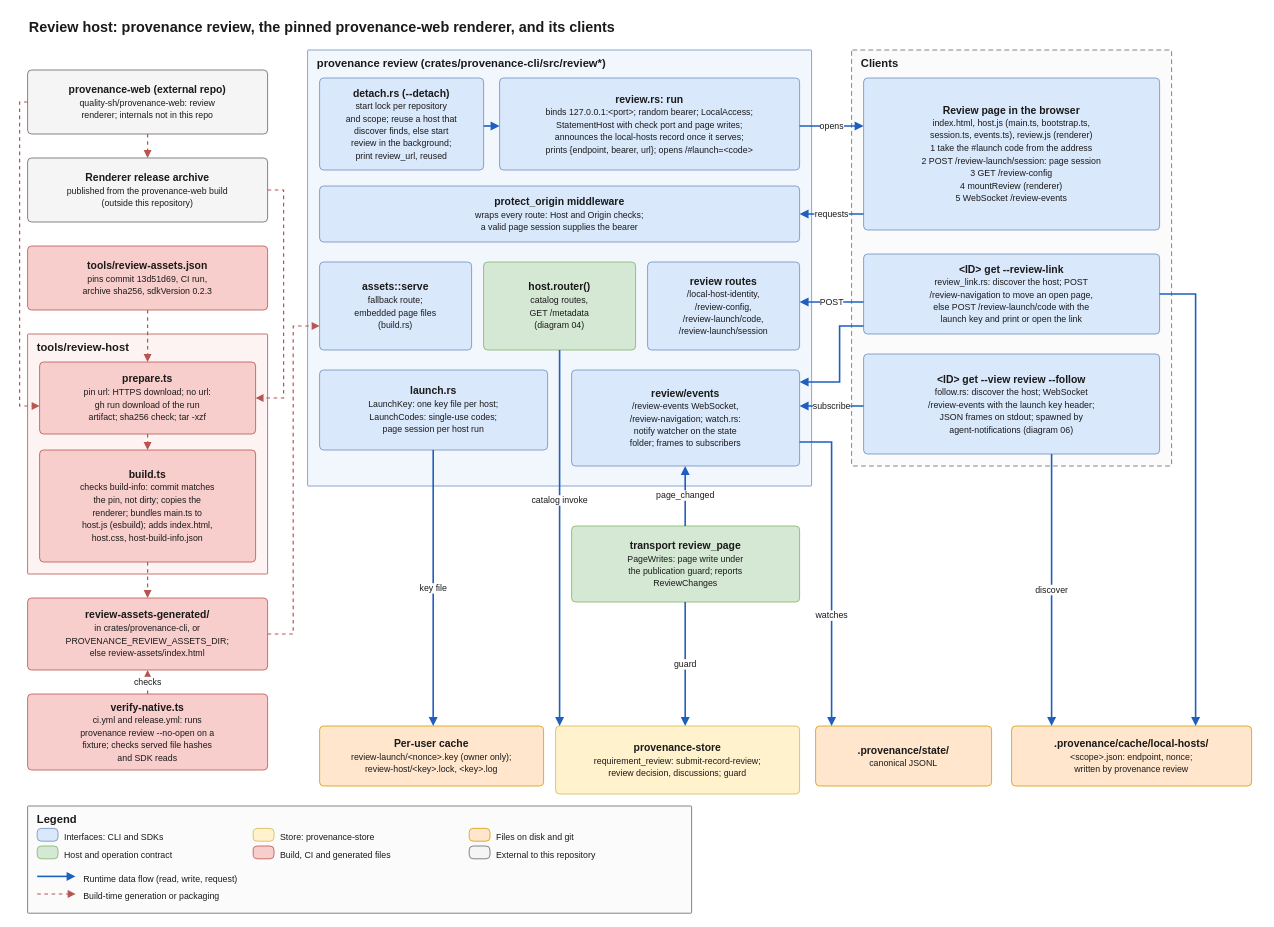
The draw.io diagram docs/architecture/diagrams/07-review-host.drawio in quality-sh/provenance, before the edit. Source tidied: cells renumbered, new cells numbered last; positions are measured from the earlier drawing's top-left corner, leaving out a move shared by most shapes. Both pictures are drawn from the tidied source at 80%, with x=0, y=0 at pixel (19, 14).
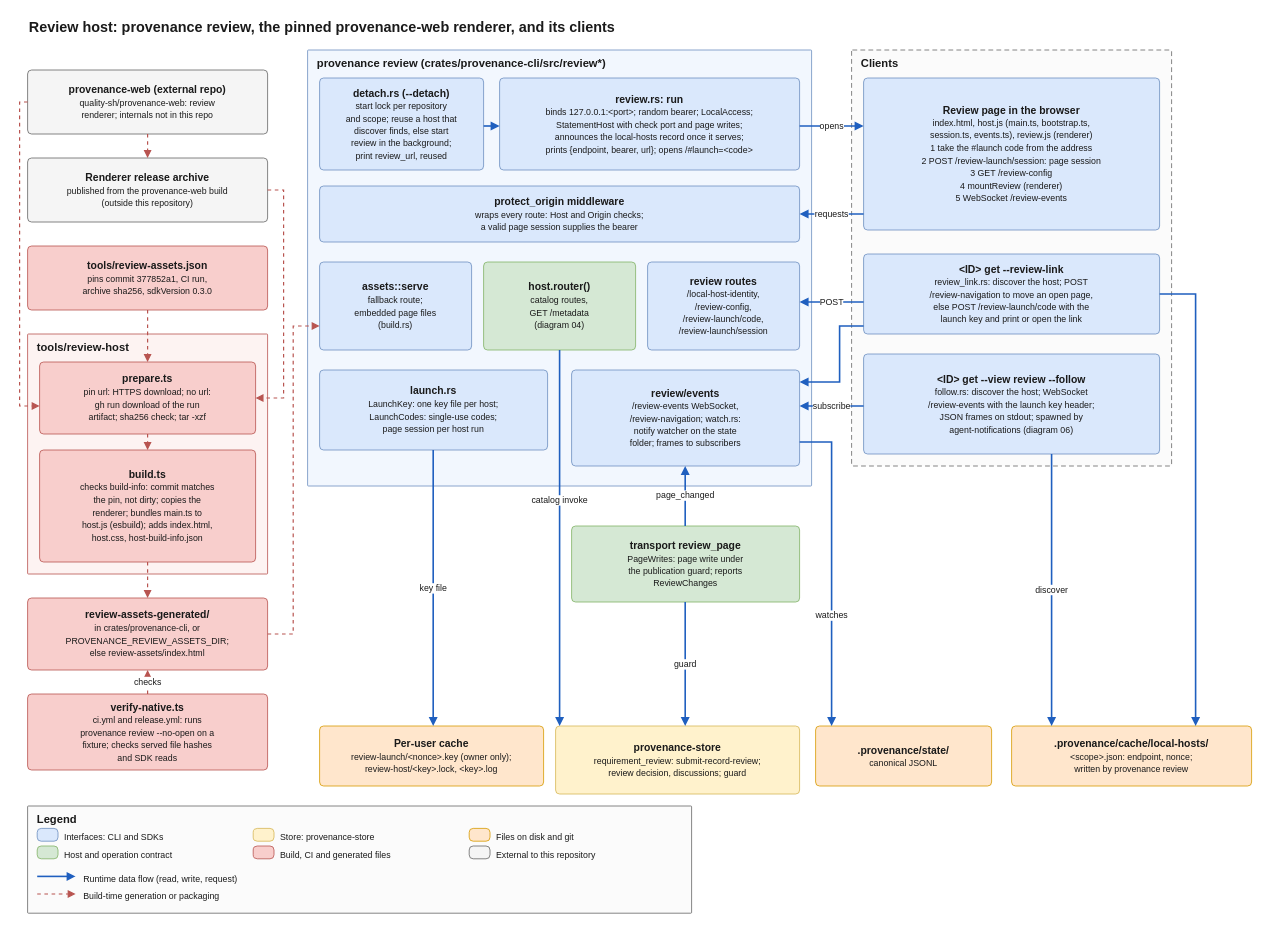
The same diagram, later.

Commit message:
Show the new renderer pin in the review host diagram

Diff of the diagram source:
```diff
@@
-    <mxCell id="5" value="&lt;b&gt;tools/review-assets.json&lt;/b&gt;&lt;br&gt;&lt;font style=&quot;font-size:11px&quot;&gt;pins commit 13d51d69, CI run,&lt;br&gt;archive sha256, sdkVersion 0.2.3&lt;/font&gt;" style="rounded=1;arcSize=10;absoluteArcSize=1;whiteSpace=wrap;html=1;fillColor=#f8cecc;strokeColor=#b85450;fontSize=13;fontColor=#1a1a1a;verticalAlign=middle;align=center;spacing=4;" parent="1" vertex="1">
+    <mxCell id="5" value="&lt;b&gt;tools/review-assets.json&lt;/b&gt;&lt;br&gt;&lt;font style=&quot;font-size:11px&quot;&gt;pins commit 377852a1, CI run,&lt;br&gt;archive sha256, sdkVersion 0.3.0&lt;/font&gt;" style="rounded=1;arcSize=10;absoluteArcSize=1;whiteSpace=wrap;html=1;fillColor=#f8cecc;strokeColor=#b85450;fontSize=13;fontColor=#1a1a1a;verticalAlign=middle;align=center;spacing=4;" parent="1" vertex="1">
       <mxGeometry x="10" y="290" width="300" height="80" as="geometry" />
     </mxCell>
```
